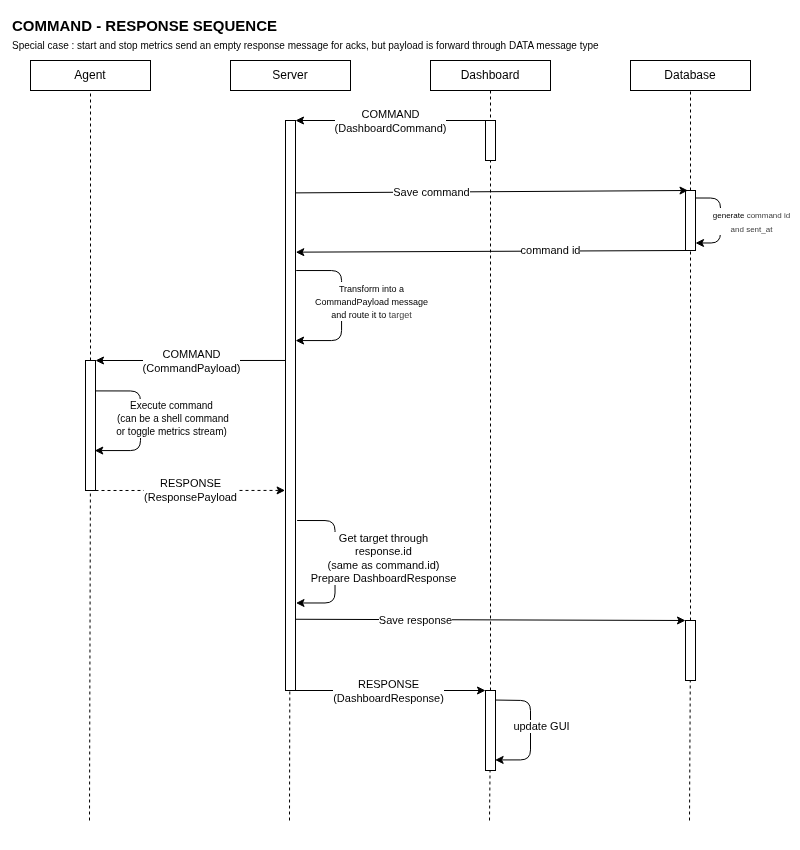
The draw.io diagram _docs/protocol/command_response_sequence.png in thibault-caron/inferno, before a commit. Source tidied: cells renumbered, new cells last; positions are measured from the earlier drawing's top-left corner, leaving out a move shared by most shapes.
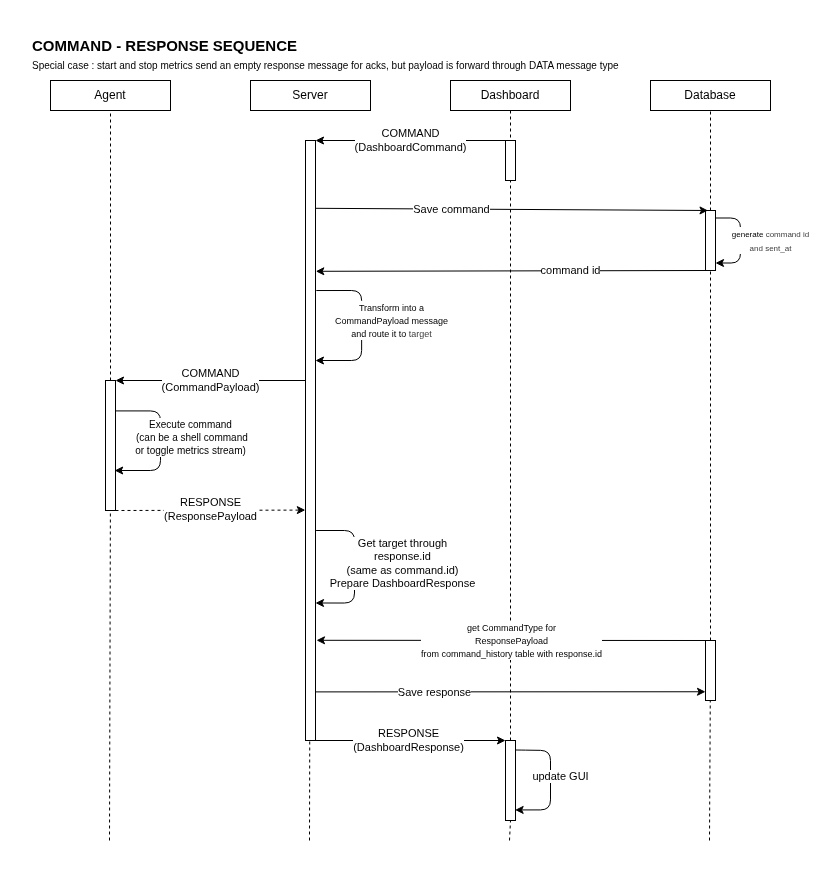
Later version of the same file.

Commit message:
docs: edit command response diagram

Change to the diagram source:
```diff
@@ -3,7 +3,7 @@
     <mxCell id="0" />
     <mxCell id="1" parent="0" />
     <mxCell id="2" style="rounded=0;whiteSpace=wrap;html=1;strokeColor=none;" parent="1" vertex="1">
-      <mxGeometry width="800" height="850" as="geometry" />
+      <mxGeometry x="-20" y="-20" width="820" height="870" as="geometry" />
     </mxCell>
     <mxCell id="3" style="endArrow=none;html=1;dashed=1;entryX=0.5;entryY=1;entryDx=0;entryDy=0;" parent="1" edge="1" source="43" target="10">
       <mxGeometry relative="1" as="geometry" />
@@ -35,14 +35,14 @@
     <mxCell id="11" value="&lt;span style=&quot;font-size: 15px;&quot;&gt;&lt;b&gt;COMMAND - RESPONSE SEQUENCE&lt;/b&gt;&lt;/span&gt;" style="text;html=1;align=left;verticalAlign=middle;strokeColor=none;fillColor=none;" parent="1" vertex="1">
       <mxGeometry x="10" y="10" width="290" height="30" as="geometry" />
     </mxCell>
-    <mxCell id="12" style="edgeStyle=orthogonalEdgeStyle;html=1;exitX=1;exitY=0.25;exitDx=0;exitDy=0;" parent="1" edge="1">
+    <mxCell id="12" style="edgeStyle=orthogonalEdgeStyle;html=1;exitX=1;exitY=0.25;exitDx=0;exitDy=0;entryX=0.993;entryY=0.384;entryDx=0;entryDy=0;entryPerimeter=0;" parent="1" edge="1">
       <mxGeometry relative="1" as="geometry">
-        <mxPoint x="295.7" y="270" as="sourcePoint" />
-        <mxPoint x="296" y="340" as="targetPoint" />
+        <mxPoint x="295.8" y="270" as="sourcePoint" />
+        <mxPoint x="295" y="340.4" as="targetPoint" />
         <Array as="points">
-          <mxPoint x="341" y="270" />
-          <mxPoint x="341" y="340" />
-          <mxPoint x="295" y="340" />
+          <mxPoint x="341.1" y="270" />
+          <mxPoint x="341.1" y="340" />
+          <mxPoint x="295.1" y="340" />
         </Array>
       </mxGeometry>
     </mxCell>
@@ -51,7 +51,7 @@
         <mxPoint x="28" y="-3" as="offset" />
       </mxGeometry>
     </mxCell>
-    <mxCell id="14" style="edgeStyle=none;html=1;entryX=1;entryY=0;entryDx=0;entryDy=0;exitX=0.139;exitY=0.421;exitDx=0;exitDy=0;exitPerimeter=0;" parent="1" edge="1" source="22" target="29">
+    <mxCell id="14" style="edgeStyle=none;html=1;entryX=1;entryY=0;entryDx=0;entryDy=0;exitX=-0.033;exitY=0.4;exitDx=0;exitDy=0;exitPerimeter=0;" parent="1" edge="1" source="22" target="29">
       <mxGeometry relative="1" as="geometry" />
     </mxCell>
     <mxCell id="15" value="COMMAND&lt;div&gt;(CommandPayload)&lt;/div&gt;" style="edgeLabel;html=1;align=center;verticalAlign=middle;" parent="14" vertex="1">
@@ -59,13 +59,12 @@
         <mxPoint x="41" y="-1" as="offset" />
       </mxGeometry>
     </mxCell>
-    <mxCell id="16" style="edgeStyle=orthogonalEdgeStyle;html=1;exitX=0.923;exitY=0.606;exitDx=0;exitDy=0;entryX=1;entryY=0.75;entryDx=0;entryDy=0;exitPerimeter=0;" parent="1" edge="1">
+    <mxCell id="16" style="edgeStyle=orthogonalEdgeStyle;html=1;exitX=1.06;exitY=0.65;exitDx=0;exitDy=0;entryX=1;entryY=0.75;entryDx=0;entryDy=0;exitPerimeter=0;" parent="1" edge="1" source="22">
       <mxGeometry relative="1" as="geometry">
-        <mxPoint x="296.6" y="520" as="sourcePoint" />
-        <mxPoint x="295.5" y="602.5" as="targetPoint" />
+        <mxPoint x="295" y="582.5" as="targetPoint" />
         <Array as="points">
-          <mxPoint x="334.5" y="520" />
-          <mxPoint x="334.5" y="603" />
+          <mxPoint x="334" y="510" />
+          <mxPoint x="334" y="582" />
         </Array>
       </mxGeometry>
     </mxCell>
@@ -82,8 +81,10 @@
         <mxPoint y="1" as="offset" />
       </mxGeometry>
     </mxCell>
-    <mxCell id="20" style="edgeStyle=none;html=1;exitX=0.997;exitY=0.875;exitDx=0;exitDy=0;entryX=0;entryY=0;entryDx=0;entryDy=0;exitPerimeter=0;" parent="1" edge="1" source="22" target="37">
-      <mxGeometry relative="1" as="geometry" />
+    <mxCell id="20" style="edgeStyle=none;html=1;exitX=0.883;exitY=0.919;exitDx=0;exitDy=0;entryX=0;entryY=0;entryDx=0;entryDy=0;exitPerimeter=0;" parent="1" edge="1" source="22">
+      <mxGeometry relative="1" as="geometry">
+        <mxPoint x="685" y="671.2" as="targetPoint" />
+      </mxGeometry>
     </mxCell>
     <mxCell id="21" value="Save response" style="edgeLabel;html=1;align=center;verticalAlign=middle;" parent="20" vertex="1">
       <mxGeometry x="-0.52" y="-1" relative="1" as="geometry">
@@ -91,7 +92,7 @@
       </mxGeometry>
     </mxCell>
     <mxCell id="22" style="rounded=0;whiteSpace=wrap;html=1;" parent="1" vertex="1">
-      <mxGeometry x="285" y="120" width="10" height="570" as="geometry" />
+      <mxGeometry x="285" y="120" width="10" height="600" as="geometry" />
     </mxCell>
     <mxCell id="23" style="edgeStyle=none;html=1;exitX=0;exitY=0;exitDx=0;exitDy=0;entryX=1;entryY=0;entryDx=0;entryDy=0;" parent="1" edge="1" source="25" target="22">
       <mxGeometry relative="1" as="geometry" />
@@ -110,7 +111,7 @@
         <mxPoint x="90" y="450" as="targetPoint" />
       </mxGeometry>
     </mxCell>
-    <mxCell id="27" style="edgeStyle=orthogonalEdgeStyle;html=1;exitX=0.977;exitY=0.234;exitDx=0;exitDy=0;exitPerimeter=0;entryX=0.929;entryY=0.7;entryDx=0;entryDy=0;entryPerimeter=0;" parent="1" edge="1" source="29" target="29">
+    <mxCell id="27" style="edgeStyle=orthogonalEdgeStyle;html=1;exitX=0.977;exitY=0.234;exitDx=0;exitDy=0;exitPerimeter=0;entryX=0.917;entryY=0.7;entryDx=0;entryDy=0;entryPerimeter=0;" parent="1" edge="1" source="29" target="29">
       <mxGeometry relative="1" as="geometry">
         <Array as="points">
           <mxPoint x="140" y="390" />
@@ -127,7 +128,7 @@
     <mxCell id="29" style="rounded=0;whiteSpace=wrap;html=1;" parent="1" vertex="1">
       <mxGeometry x="85" y="360" width="10" height="130" as="geometry" />
     </mxCell>
-    <mxCell id="30" style="edgeStyle=none;html=1;exitX=1;exitY=1;exitDx=0;exitDy=0;entryX=-0.041;entryY=0.649;entryDx=0;entryDy=0;entryPerimeter=0;dashed=1;" parent="1" edge="1" source="29" target="22">
+    <mxCell id="30" style="edgeStyle=none;html=1;exitX=1;exitY=1;exitDx=0;exitDy=0;entryX=-0.016;entryY=0.616;entryDx=0;entryDy=0;entryPerimeter=0;dashed=1;" parent="1" edge="1" source="29" target="22">
       <mxGeometry relative="1" as="geometry" />
     </mxCell>
     <mxCell id="31" value="RESPONSE&lt;div&gt;(ResponsePayload&lt;/div&gt;" style="edgeLabel;html=1;align=center;verticalAlign=middle;" parent="30" vertex="1">
@@ -141,10 +142,10 @@
     <mxCell id="33" style="edgeStyle=orthogonalEdgeStyle;html=1;exitX=0.888;exitY=0.119;exitDx=0;exitDy=0;entryX=0.962;entryY=0.868;entryDx=0;entryDy=0;exitPerimeter=0;entryPerimeter=0;" parent="1" edge="1" source="39" target="39">
       <mxGeometry relative="1" as="geometry">
         <Array as="points">
-          <mxPoint x="495" y="699" />
-          <mxPoint x="530" y="700" />
-          <mxPoint x="530" y="760" />
-          <mxPoint x="495" y="760" />
+          <mxPoint x="495" y="729" />
+          <mxPoint x="530" y="730" />
+          <mxPoint x="530" y="790" />
+          <mxPoint x="495" y="790" />
         </Array>
       </mxGeometry>
     </mxCell>
@@ -165,15 +166,11 @@
     <mxCell id="37" style="rounded=0;whiteSpace=wrap;html=1;" parent="1" vertex="1">
       <mxGeometry x="685" y="620" width="10" height="60" as="geometry" />
     </mxCell>
-    <mxCell id="38" style="endArrow=none;html=1;dashed=1;entryX=0.5;entryY=1;entryDx=0;entryDy=0;" parent="1" edge="1">
+    <mxCell id="38" style="endArrow=none;html=1;dashed=1;entryX=0.5;entryY=1;entryDx=0;entryDy=0;" parent="1" edge="1" source="39">
       <mxGeometry relative="1" as="geometry">
-        <mxPoint x="489" y="820" as="sourcePoint" />
         <mxPoint x="490" y="730" as="targetPoint" />
       </mxGeometry>
     </mxCell>
-    <mxCell id="39" style="rounded=0;whiteSpace=wrap;html=1;" parent="1" vertex="1">
-      <mxGeometry x="485" y="690" width="10" height="80" as="geometry" />
-    </mxCell>
     <mxCell id="40" style="endArrow=none;html=1;dashed=1;entryX=0.5;entryY=1;entryDx=0;entryDy=0;" parent="1" edge="1" source="37" target="43">
       <mxGeometry relative="1" as="geometry" />
     </mxCell>
@@ -195,7 +192,7 @@
     <mxCell id="43" style="rounded=0;whiteSpace=wrap;html=1;" parent="1" vertex="1">
       <mxGeometry x="685" y="190" width="10" height="60" as="geometry" />
     </mxCell>
-    <mxCell id="44" style="edgeStyle=none;html=1;exitX=0.25;exitY=0;exitDx=0;exitDy=0;entryX=1.023;entryY=0.127;entryDx=0;entryDy=0;entryPerimeter=0;startArrow=classic;startFill=1;endArrow=none;endFill=0;" parent="1" edge="1" source="43" target="22">
+    <mxCell id="44" style="edgeStyle=none;html=1;exitX=0.25;exitY=0;exitDx=0;exitDy=0;entryX=0.95;entryY=0.113;entryDx=0;entryDy=0;entryPerimeter=0;startArrow=classic;startFill=1;endArrow=none;endFill=0;" parent="1" edge="1" source="43" target="22">
       <mxGeometry relative="1" as="geometry" />
     </mxCell>
     <mxCell id="45" value="Save command" style="edgeLabel;html=1;align=center;verticalAlign=middle;" parent="44" vertex="1">
@@ -203,11 +200,27 @@
         <mxPoint x="-13" y="2" as="offset" />
       </mxGeometry>
     </mxCell>
-    <mxCell id="46" style="edgeStyle=none;html=1;exitX=0;exitY=1;exitDx=0;exitDy=0;entryX=1.028;entryY=0.231;entryDx=0;entryDy=0;entryPerimeter=0;" parent="1" edge="1" source="43" target="22">
+    <mxCell id="46" style="edgeStyle=none;html=1;exitX=0;exitY=1;exitDx=0;exitDy=0;entryX=1.029;entryY=0.218;entryDx=0;entryDy=0;entryPerimeter=0;" parent="1" edge="1" source="43" target="22">
       <mxGeometry relative="1" as="geometry" />
     </mxCell>
     <mxCell id="47" value="command id" style="edgeLabel;html=1;align=center;verticalAlign=middle;" parent="46" vertex="1">
       <mxGeometry x="-0.3" y="-1" relative="1" as="geometry" />
     </mxCell>
+    <mxCell id="48" style="edgeStyle=none;html=1;exitX=1.1;exitY=0.833;exitDx=0;exitDy=0;entryX=0;entryY=0;entryDx=0;entryDy=0;exitPerimeter=0;startArrow=classic;startFill=1;endArrow=none;endFill=0;" parent="1" edge="1" source="22" target="37">
+      <mxGeometry relative="1" as="geometry" />
+    </mxCell>
+    <mxCell id="49" value="&lt;font style=&quot;font-size: 9px;&quot;&gt;get CommandType for&lt;/font&gt;&lt;div&gt;&lt;font style=&quot;font-size: 9px;&quot;&gt;ResponsePayload&lt;/font&gt;&lt;/div&gt;&lt;div&gt;&lt;font style=&quot;font-size: 9px;&quot;&gt;from command_history table with response.id&lt;/font&gt;&lt;/div&gt;" style="edgeLabel;html=1;align=center;verticalAlign=middle;" parent="48" vertex="1">
+      <mxGeometry x="-0.52" y="-1" relative="1" as="geometry">
+        <mxPoint x="101" y="-1" as="offset" />
+      </mxGeometry>
+    </mxCell>
+    <mxCell id="50" style="endArrow=none;html=1;dashed=1;entryX=0.5;entryY=1;entryDx=0;entryDy=0;" parent="1" edge="1" target="39">
+      <mxGeometry relative="1" as="geometry">
+        <mxPoint x="489" y="820" as="sourcePoint" />
+      </mxGeometry>
+    </mxCell>
+    <mxCell id="39" style="rounded=0;whiteSpace=wrap;html=1;" parent="1" vertex="1">
+      <mxGeometry x="485" y="720" width="10" height="80" as="geometry" />
+    </mxCell>
   </root>
 </mxGraphModel>
```
